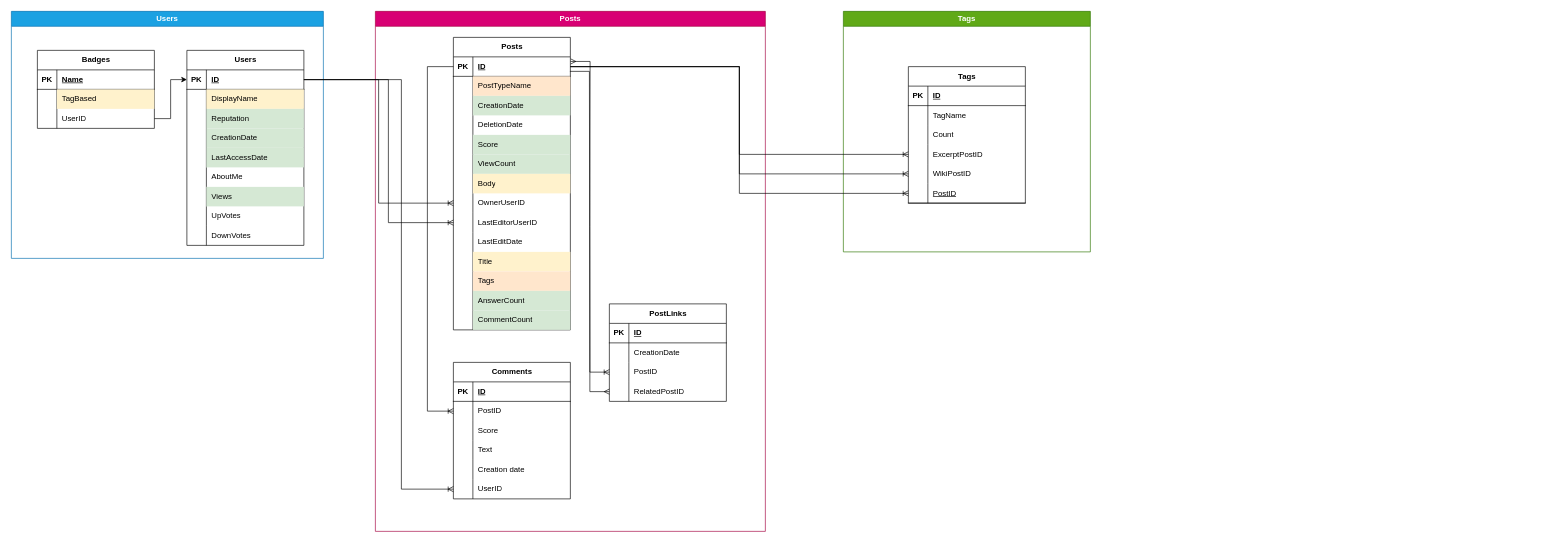
Before: DB.drawio in IvanovTD06/SP-01, a draw.io diagram. Source tidied: cells renumbered, new cells numbered last; positions are measured from the earlier drawing's top-left corner, leaving out a move shared by most shapes. Both pictures are drawn from the tidied source at 65%, with x=0, y=0 at pixel (11, 11).
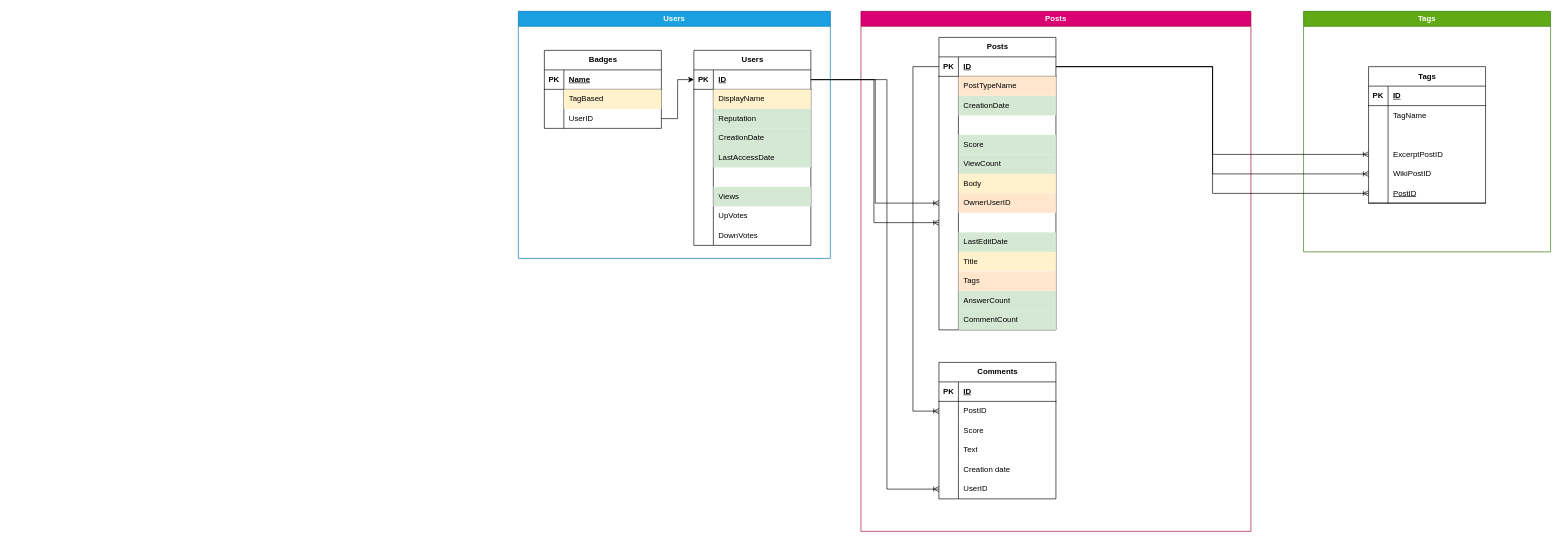
Above is the later version.

The change refers to these unchanged cells:
```xml
<mxCell id="4" style="shape=tableRow;horizontal=0;startSize=0;swimlaneHead=0;swimlaneBody=0;fillColor=none;points=[[0,0.5],[1,0.5]];portConstraint=eastwest;top=0;left=0;right=0;bottom=1;" parent="3" vertex="1">
  <mxGeometry y="30" width="180" height="30" as="geometry" />
</mxCell>
<mxCell id="19" style="shape=tableRow;horizontal=0;startSize=0;swimlaneHead=0;swimlaneBody=0;fillColor=none;top=0;left=0;right=0;bottom=0;" parent="3" vertex="1">
  <mxGeometry y="180" width="180" height="30" as="geometry" />
</mxCell>
<mxCell id="44" style="shape=tableRow;horizontal=0;startSize=0;swimlaneHead=0;swimlaneBody=0;fillColor=none;points=[[0,0.5],[1,0.5]];portConstraint=eastwest;top=0;left=0;right=0;bottom=1;" parent="43" vertex="1">
  <mxGeometry y="30" width="180" height="30" as="geometry" />
</mxCell>
<mxCell id="53" style="shape=tableRow;horizontal=0;startSize=0;swimlaneHead=0;swimlaneBody=0;fillColor=none;top=0;left=0;right=0;bottom=0;" parent="43" vertex="1">
  <mxGeometry y="120" width="180" height="30" as="geometry" />
</mxCell>
<mxCell id="65" style="shape=tableRow;horizontal=0;startSize=0;swimlaneHead=0;swimlaneBody=0;fillColor=none;points=[[0,0.5],[1,0.5]];portConstraint=eastwest;top=0;left=0;right=0;bottom=0;" parent="43" vertex="1">
  <mxGeometry y="240" width="180" height="30" as="geometry" />
</mxCell>
<mxCell id="68" style="shape=tableRow;horizontal=0;startSize=0;swimlaneHead=0;swimlaneBody=0;fillColor=none;points=[[0,0.5],[1,0.5]];portConstraint=eastwest;top=0;left=0;right=0;bottom=0;" parent="43" vertex="1">
  <mxGeometry y="270" width="180" height="30" as="geometry" />
</mxCell>
<mxCell id="71" style="shape=tableRow;horizontal=0;startSize=0;swimlaneHead=0;swimlaneBody=0;fillColor=none;top=0;left=0;right=0;bottom=0;" parent="43" vertex="1">
  <mxGeometry y="300" width="180" height="30" as="geometry" />
</mxCell>
<mxCell id="102" style="shape=tableRow;horizontal=0;startSize=0;swimlaneHead=0;swimlaneBody=0;fillColor=none;points=[[0,0.5],[1,0.5]];portConstraint=eastwest;top=0;left=0;right=0;bottom=0;" parent="86" vertex="1">
  <mxGeometry y="180" width="180" height="30" as="geometry" />
</mxCell>
<mxCell id="132" style="shape=tableRow;horizontal=0;startSize=0;swimlaneHead=0;swimlaneBody=0;fillColor=none;top=0;left=0;right=0;bottom=0;" parent="125" vertex="1">
  <mxGeometry y="90" width="180" height="30" as="geometry" />
</mxCell>
```

Change to the diagram source:
```diff
@@
     <mxCell id="2" value="Users" style="swimlane;whiteSpace=wrap;html=1;fillColor=#1ba1e2;fontColor=#ffffff;strokeColor=#006EAF;" parent="1" vertex="1">
-      <mxGeometry width="480" height="380" as="geometry" />
+      <mxGeometry x="780" width="480" height="380" as="geometry" />
     </mxCell>
@@
-    <mxCell id="21" value="AboutMe" style="shape=partialRectangle;fillColor=none;top=0;left=0;bottom=0;right=0;align=left;spacingLeft=6;overflow=hidden;whiteSpace=wrap;html=1;" parent="19" vertex="1">
+    <mxCell id="21" style="shape=partialRectangle;fillColor=none;top=0;left=0;bottom=0;right=0;align=left;spacingLeft=6;overflow=hidden;whiteSpace=wrap;html=1;" parent="19" vertex="1">
       <mxGeometry x="30" width="150" height="30" as="geometry" />
     </mxCell>
@@
     <mxCell id="42" value="Posts" style="swimlane;whiteSpace=wrap;html=1;fillColor=#d80073;fontColor=#ffffff;strokeColor=#A50040;" parent="1" vertex="1">
-      <mxGeometry x="560" width="600" height="800" as="geometry" />
+      <mxGeometry x="1307" width="600" height="800" as="geometry" />
     </mxCell>
@@
-    <mxCell id="55" value="DeletionDate" style="shape=partialRectangle;fillColor=none;top=0;left=0;bottom=0;right=0;align=left;spacingLeft=6;overflow=hidden;whiteSpace=wrap;html=1;" parent="53" vertex="1">
+    <mxCell id="55" style="shape=partialRectangle;fillColor=none;top=0;left=0;bottom=0;right=0;align=left;spacingLeft=6;overflow=hidden;whiteSpace=wrap;html=1;" parent="53" vertex="1">
       <mxGeometry x="30" width="150" height="30" as="geometry" />
     </mxCell>
@@
-    <mxCell id="67" value="OwnerUserID" style="shape=partialRectangle;fillColor=none;top=0;left=0;bottom=0;right=0;align=left;spacingLeft=6;overflow=hidden;whiteSpace=wrap;html=1;" parent="65" vertex="1">
+    <mxCell id="67" value="OwnerUserID" style="shape=partialRectangle;fillColor=#ffe6cc;top=0;left=0;bottom=0;right=0;align=left;spacingLeft=6;overflow=hidden;whiteSpace=wrap;html=1;strokeColor=#d79b00;" parent="65" vertex="1">
       <mxGeometry x="30" width="150" height="30" as="geometry" />
     </mxCell>
@@
-    <mxCell id="70" value="LastEditorUserID" style="shape=partialRectangle;fillColor=none;top=0;left=0;bottom=0;right=0;align=left;spacingLeft=6;overflow=hidden;whiteSpace=wrap;html=1;" parent="68" vertex="1">
+    <mxCell id="70" style="shape=partialRectangle;fillColor=none;top=0;left=0;bottom=0;right=0;align=left;spacingLeft=6;overflow=hidden;whiteSpace=wrap;html=1;" parent="68" vertex="1">
       <mxGeometry x="30" width="150" height="30" as="geometry" />
     </mxCell>
@@
-    <mxCell id="73" value="LastEditDate" style="shape=partialRectangle;fillColor=none;top=0;left=0;bottom=0;right=0;align=left;spacingLeft=6;overflow=hidden;whiteSpace=wrap;html=1;" parent="71" vertex="1">
+    <mxCell id="73" value="LastEditDate" style="shape=partialRectangle;fillColor=#d5e8d4;top=0;left=0;bottom=0;right=0;align=left;spacingLeft=6;overflow=hidden;whiteSpace=wrap;html=1;strokeColor=#82b366;" parent="71" vertex="1">
       <mxGeometry x="30" width="150" height="30" as="geometry" />
     </mxCell>
@@
-    <mxCell id="106" value="PostLinks" style="shape=table;startSize=30;childLayout=tableLayout;rowLines=0;fontStyle=1;align=center;html=1;" parent="42" vertex="1">
-      <mxGeometry x="360" y="450" width="180" height="150" as="geometry" />
-    </mxCell>
-    <mxCell id="107" style="shape=tableRow;horizontal=0;startSize=0;swimlaneHead=0;swimlaneBody=0;fillColor=none;top=0;left=0;right=0;bottom=1;" parent="106" vertex="1">
-      <mxGeometry y="30" width="180" height="30" as="geometry" />
-    </mxCell>
-    <mxCell id="108" value="PK" style="shape=partialRectangle;fillColor=none;top=0;left=0;bottom=0;right=0;fontStyle=1;overflow=hidden;whiteSpace=wrap;html=1;" parent="107" vertex="1">
-      <mxGeometry width="30" height="30" as="geometry" />
-    </mxCell>
-    <mxCell id="109" value="ID" style="shape=partialRectangle;fillColor=none;top=0;left=0;bottom=0;right=0;align=left;spacingLeft=6;fontStyle=5;overflow=hidden;whiteSpace=wrap;html=1;" parent="107" vertex="1">
-      <mxGeometry x="30" width="150" height="30" as="geometry" />
-    </mxCell>
-    <mxCell id="110" style="shape=tableRow;horizontal=0;startSize=0;swimlaneHead=0;swimlaneBody=0;fillColor=none;top=0;left=0;right=0;bottom=0;" parent="106" vertex="1">
-      <mxGeometry y="60" width="180" height="30" as="geometry" />
-    </mxCell>
-    <mxCell id="111" style="shape=partialRectangle;fillColor=none;top=0;left=0;bottom=0;right=0;overflow=hidden;whiteSpace=wrap;html=1;" parent="110" vertex="1">
-      <mxGeometry width="30" height="30" as="geometry" />
-    </mxCell>
-    <mxCell id="112" value="CreationDate" style="shape=partialRectangle;fillColor=none;top=0;left=0;bottom=0;right=0;align=left;spacingLeft=6;overflow=hidden;whiteSpace=wrap;html=1;" parent="110" vertex="1">
-      <mxGeometry x="30" width="150" height="30" as="geometry" />
-    </mxCell>
-    <mxCell id="113" style="shape=tableRow;horizontal=0;startSize=0;swimlaneHead=0;swimlaneBody=0;fillColor=none;points=[[0,0.5],[1,0.5]];portConstraint=eastwest;top=0;left=0;right=0;bottom=0;" parent="106" vertex="1">
-      <mxGeometry y="90" width="180" height="30" as="geometry" />
-    </mxCell>
-    <mxCell id="114" style="shape=partialRectangle;fillColor=none;top=0;left=0;bottom=0;right=0;overflow=hidden;whiteSpace=wrap;html=1;" parent="113" vertex="1">
-      <mxGeometry width="30" height="30" as="geometry" />
-    </mxCell>
-    <mxCell id="115" value="PostID" style="shape=partialRectangle;fillColor=none;top=0;left=0;bottom=0;right=0;align=left;spacingLeft=6;overflow=hidden;whiteSpace=wrap;html=1;" parent="113" vertex="1">
-      <mxGeometry x="30" width="150" height="30" as="geometry" />
-    </mxCell>
-    <mxCell id="116" style="shape=tableRow;horizontal=0;startSize=0;swimlaneHead=0;swimlaneBody=0;fillColor=none;points=[[0,0.5],[1,0.5]];portConstraint=eastwest;top=0;left=0;right=0;bottom=0;" parent="106" vertex="1">
-      <mxGeometry y="120" width="180" height="30" as="geometry" />
-    </mxCell>
-    <mxCell id="117" style="shape=partialRectangle;fillColor=none;top=0;left=0;bottom=0;right=0;overflow=hidden;whiteSpace=wrap;html=1;" parent="116" vertex="1">
-      <mxGeometry width="30" height="30" as="geometry" />
-    </mxCell>
-    <mxCell id="118" value="RelatedPostID" style="shape=partialRectangle;fillColor=none;top=0;left=0;bottom=0;right=0;align=left;spacingLeft=6;overflow=hidden;whiteSpace=wrap;html=1;" parent="116" vertex="1">
-      <mxGeometry x="30" width="150" height="30" as="geometry" />
-    </mxCell>
-    <mxCell id="119" style="edgeStyle=entityRelationEdgeStyle;fontSize=12;html=1;endArrow=ERoneToMany;rounded=0;entryX=0;entryY=0.5;entryDx=0;entryDy=0;exitX=0.996;exitY=0.743;exitDx=0;exitDy=0;exitPerimeter=0;" parent="42" edge="1" source="44" target="113">
-      <mxGeometry relative="1" as="geometry" />
-    </mxCell>
-    <mxCell id="120" style="edgeStyle=entityRelationEdgeStyle;fontSize=12;html=1;endArrow=ERmany;startArrow=ERmany;rounded=0;exitX=0;exitY=0.5;exitDx=0;exitDy=0;entryX=1.002;entryY=0.234;entryDx=0;entryDy=0;entryPerimeter=0;" parent="42" edge="1" source="116" target="44">
-      <mxGeometry relative="1" as="geometry" />
-    </mxCell>
@@
     <mxCell id="122" style="edgeStyle=elbowEdgeStyle;fontSize=12;html=1;endArrow=ERoneToMany;rounded=0;exitX=1;exitY=0.5;exitDx=0;exitDy=0;entryX=0;entryY=0.5;entryDx=0;entryDy=0;" parent="1" edge="1" source="4" target="68">
       <mxGeometry relative="1" as="geometry">
         <Array as="points">
-          <mxPoint x="580" y="220" />
+          <mxPoint x="1327" y="220" />
         </Array>
       </mxGeometry>
     </mxCell>
     <mxCell id="123" style="edgeStyle=elbowEdgeStyle;fontSize=12;html=1;endArrow=ERoneToMany;rounded=0;exitX=1;exitY=0.5;exitDx=0;exitDy=0;entryX=0;entryY=0.5;entryDx=0;entryDy=0;" parent="1" edge="1" source="4" target="102">
       <mxGeometry relative="1" as="geometry">
         <Array as="points">
-          <mxPoint x="600" y="420" />
+          <mxPoint x="1347" y="420" />
         </Array>
       </mxGeometry>
     </mxCell>
     <mxCell id="124" value="Tags" style="swimlane;whiteSpace=wrap;html=1;fillColor=#60a917;fontColor=#ffffff;strokeColor=#2D7600;" parent="1" vertex="1">
-      <mxGeometry x="1280" width="380" height="370" as="geometry" />
+      <mxGeometry x="1988" width="380" height="370" as="geometry" />
     </mxCell>
@@
-    <mxCell id="134" value="Count" style="shape=partialRectangle;fillColor=none;top=0;left=0;bottom=0;right=0;align=left;spacingLeft=6;overflow=hidden;whiteSpace=wrap;html=1;" parent="132" vertex="1">
+    <mxCell id="134" style="shape=partialRectangle;fillColor=none;top=0;left=0;bottom=0;right=0;align=left;spacingLeft=6;overflow=hidden;whiteSpace=wrap;html=1;" parent="132" vertex="1">
       <mxGeometry x="30" width="150" height="30" as="geometry" />
     </mxCell>
```
